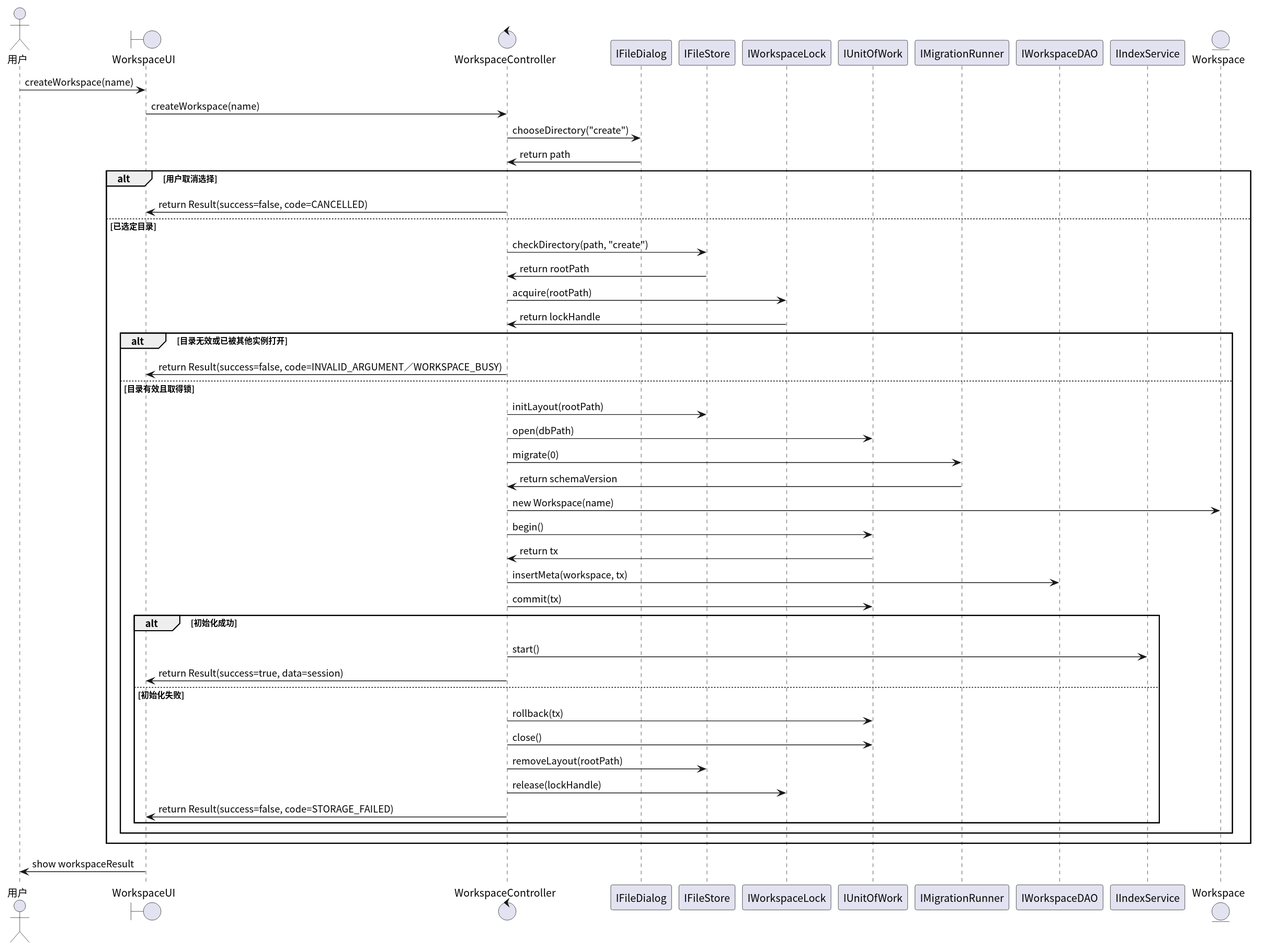
Above: docs/SE_Experiment/design/figures/uc01-create.svg in AlanRosston/labloom (PlantUML), before the change.
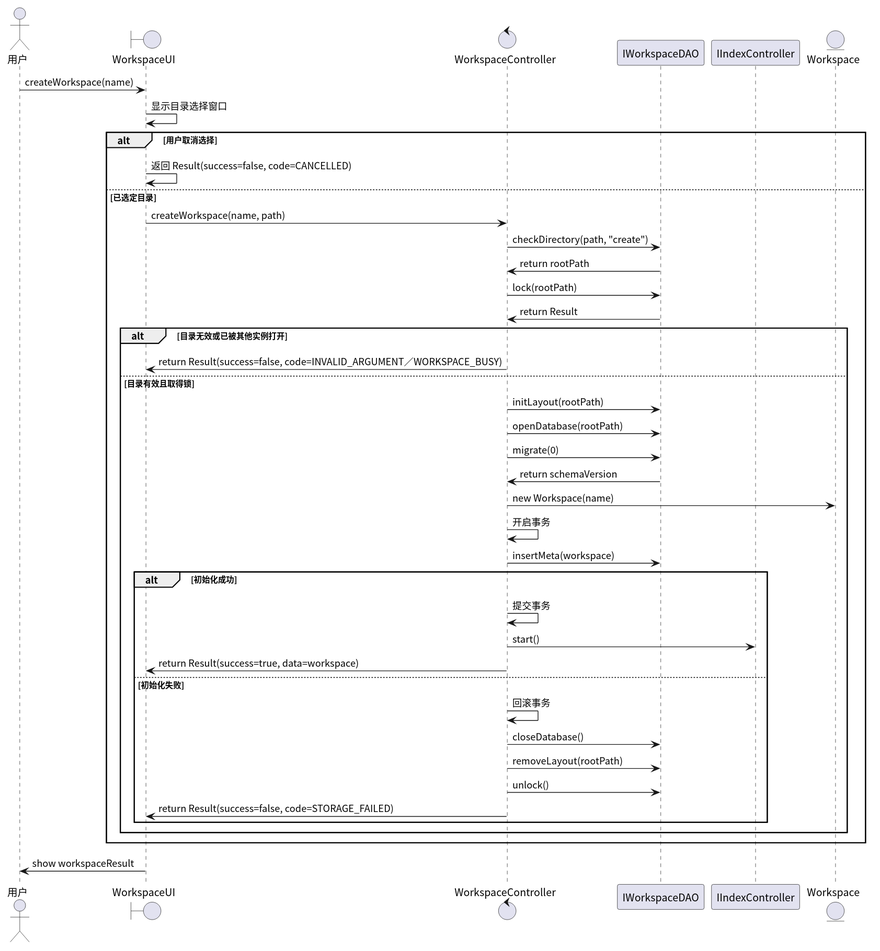
Above is the later version.

The edit, as a diff of the source:
```diff
@@ -3,46 +3,39 @@
 actor 用户
 boundary WorkspaceUI
 control WorkspaceController
-participant IFileDialog
-participant IFileStore
-participant IWorkspaceLock
-participant IUnitOfWork
-participant IMigrationRunner
 participant IWorkspaceDAO
-participant IIndexService
+participant IIndexController
 entity Workspace
 
 用户 -> WorkspaceUI: createWorkspace(name)
-WorkspaceUI -> WorkspaceController: createWorkspace(name)
-WorkspaceController -> IFileDialog: chooseDirectory("create")
-IFileDialog -> WorkspaceController: return path
+WorkspaceUI -> WorkspaceUI: 显示目录选择窗口
 alt 用户取消选择
-  WorkspaceController -> WorkspaceUI: return Result(success=false, code=CANCELLED)
+  WorkspaceUI -> WorkspaceUI: 返回 Result(success=false, code=CANCELLED)
 else 已选定目录
-  WorkspaceController -> IFileStore: checkDirectory(path, "create")
-  IFileStore -> WorkspaceController: return rootPath
-  WorkspaceController -> IWorkspaceLock: acquire(rootPath)
-  IWorkspaceLock -> WorkspaceController: return lockHandle
+  WorkspaceUI -> WorkspaceController: createWorkspace(name, path)
+  WorkspaceController -> IWorkspaceDAO: checkDirectory(path, "create")
+  IWorkspaceDAO -> WorkspaceController: return rootPath
+  WorkspaceController -> IWorkspaceDAO: lock(rootPath)
+  IWorkspaceDAO -> WorkspaceController: return Result
   alt 目录无效或已被其他实例打开
     WorkspaceController -> WorkspaceUI: return Result(success=false, code=INVALID_ARGUMENT／WORKSPACE_BUSY)
   else 目录有效且取得锁
-    WorkspaceController -> IFileStore: initLayout(rootPath)
-    WorkspaceController -> IUnitOfWork: open(dbPath)
-    WorkspaceController -> IMigrationRunner: migrate(0)
-    IMigrationRunner -> WorkspaceController: return schemaVersion
+    WorkspaceController -> IWorkspaceDAO: initLayout(rootPath)
+    WorkspaceController -> IWorkspaceDAO: openDatabase(rootPath)
+    WorkspaceController -> IWorkspaceDAO: migrate(0)
+    IWorkspaceDAO -> WorkspaceController: return schemaVersion
     WorkspaceController -> Workspace: new Workspace(name)
-    WorkspaceController -> IUnitOfWork: begin()
-    IUnitOfWork -> WorkspaceController: return tx
-    WorkspaceController -> IWorkspaceDAO: insertMeta(workspace, tx)
-    WorkspaceController -> IUnitOfWork: commit(tx)
+    WorkspaceController -> WorkspaceController: 开启事务
+    WorkspaceController -> IWorkspaceDAO: insertMeta(workspace)
     alt 初始化成功
-      WorkspaceController -> IIndexService: start()
-      WorkspaceController -> WorkspaceUI: return Result(success=true, data=session)
+      WorkspaceController -> WorkspaceController: 提交事务
+      WorkspaceController -> IIndexController: start()
+      WorkspaceController -> WorkspaceUI: return Result(success=true, data=workspace)
     else 初始化失败
-      WorkspaceController -> IUnitOfWork: rollback(tx)
-      WorkspaceController -> IUnitOfWork: close()
-      WorkspaceController -> IFileStore: removeLayout(rootPath)
-      WorkspaceController -> IWorkspaceLock: release(lockHandle)
+      WorkspaceController -> WorkspaceController: 回滚事务
+      WorkspaceController -> IWorkspaceDAO: closeDatabase()
+      WorkspaceController -> IWorkspaceDAO: removeLayout(rootPath)
+      WorkspaceController -> IWorkspaceDAO: unlock()
       WorkspaceController -> WorkspaceUI: return Result(success=false, code=STORAGE_FAILED)
     end
   end
```
